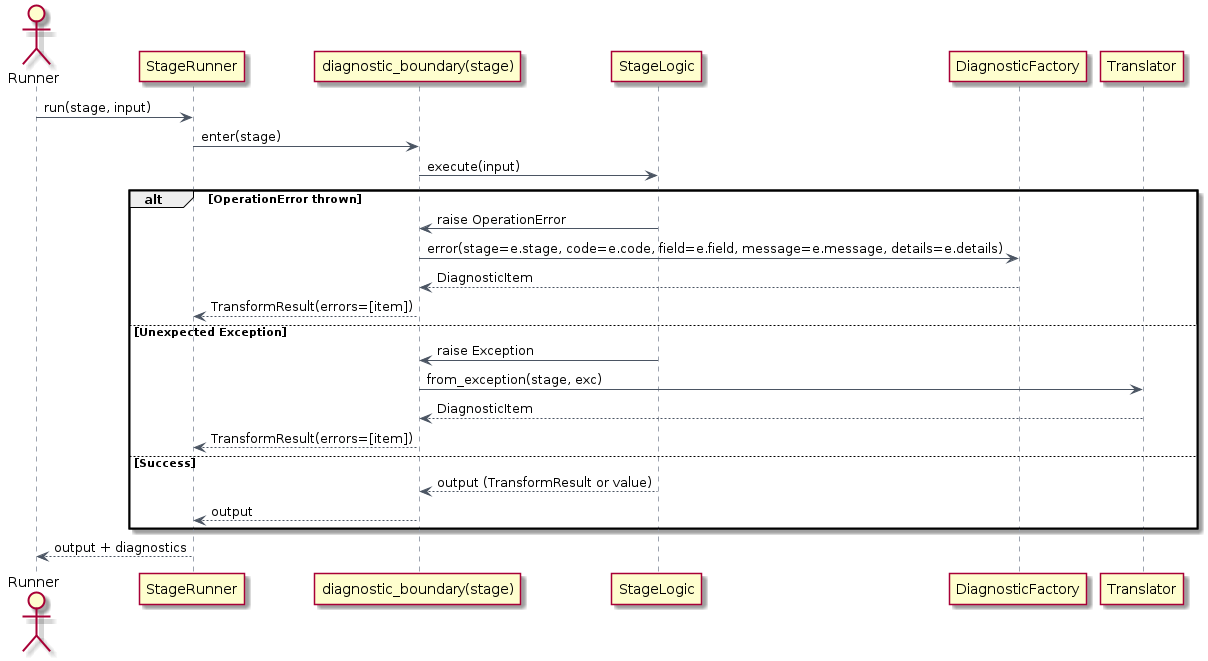
The PlantUML diagram docs/uml/pipeline/diagnostic_layer/diagnostic_layer_sequence.png in xORex-LC/nexus-etl, before a commit. Its source is kept beside it as docs/uml/pipeline/diagnostic_layer/diagnostic_layer_sequence.puml. Source of this version:
```plantuml
@startuml
skinparam backgroundColor white
skinparam linetype ortho
skinparam defaultFontName Arial
skinparam SequenceArrowColor #4b5563
skinparam SequenceLifeLineBorderColor #9ca3af
actor Runner as R
participant "StageRunner" as SR
participant "diagnostic_boundary(stage)" as B
participant "StageLogic" as S
participant "DiagnosticFactory" as F
participant "Translator" as T

R -> SR : run(stage, input)
SR -> B : enter(stage)
B -> S : execute(input)

alt OperationError thrown
  S -> B : raise OperationError
  B -> F : error(stage=e.stage, code=e.code, field=e.field, message=e.message, details=e.details)
  F --> B : DiagnosticItem
  B --> SR : TransformResult(errors=[item])
else Unexpected Exception
  S -> B : raise Exception
  B -> T : from_exception(stage, exc)
  T --> B : DiagnosticItem
  B --> SR : TransformResult(errors=[item])
else Success
  S --> B : output (TransformResult or value)
  B --> SR : output
end

SR --> R : output + diagnostics
@enduml
```
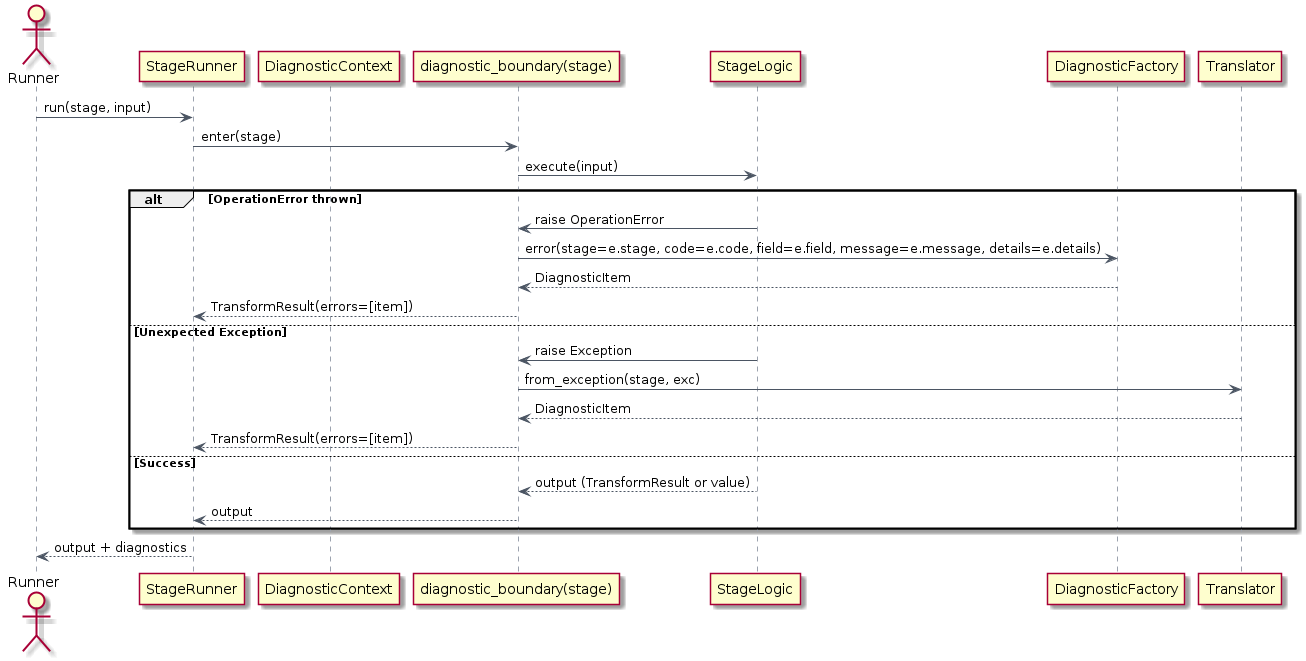
The same file after the commit.

Change to the diagram source:
```diff
@@ -6,6 +6,7 @@
 skinparam SequenceLifeLineBorderColor #9ca3af
 actor Runner as R
 participant "StageRunner" as SR
+participant "DiagnosticContext" as C
 participant "diagnostic_boundary(stage)" as B
 participant "StageLogic" as S
 participant "DiagnosticFactory" as F
```
